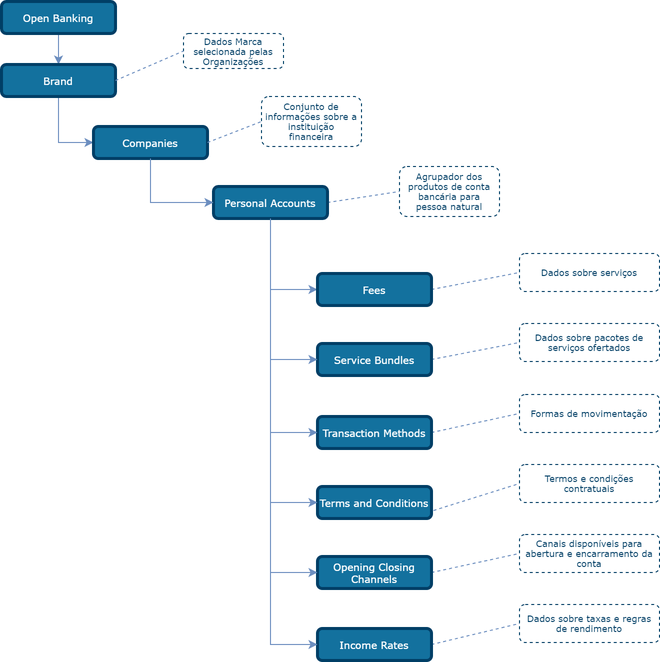
Earlier version of the draw.io export documentation/source/images/tld/TLD_Personal_Accounts_v1.png (OpenBanking-Brasil/areadesenvolvedor). Source tidied: cells renumbered, new cells last; positions are measured from the earlier drawing's top-left corner, leaving out a move shared by most shapes.
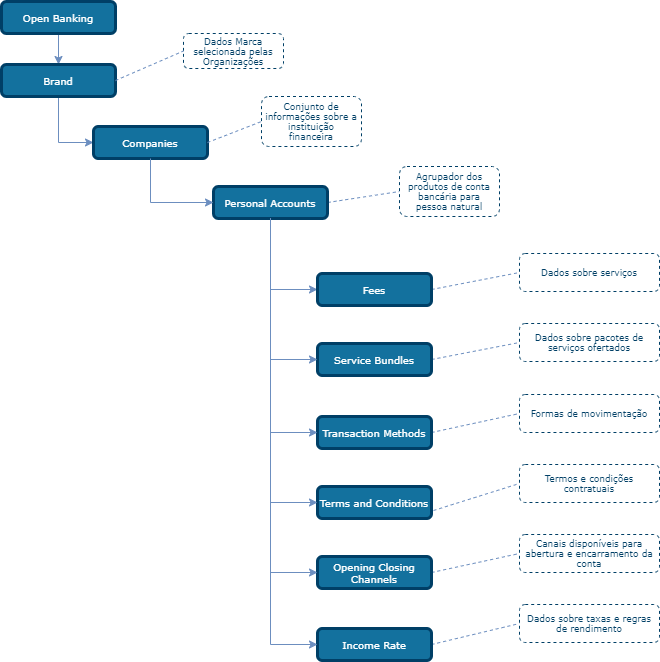
After the change.

Commit message:
FEBRABANSD-195 - Updated Personal and business account's diagrams and adjustments on use cases and schemas

Diff of the diagram source:
```diff
@@ -73,7 +73,7 @@
     <mxCell id="24" value="Opening Closing Channels" style="rounded=1;whiteSpace=wrap;html=1;comic=0;shadow=0;backgroundOutline=0;snapToPoint=0;fixDash=0;strokeWidth=3;fontFamily=Verdana;fontStyle=0;labelBackgroundColor=none;labelBorderColor=none;fontSize=10;fillColor=#13719E;strokeColor=#003F66;fontColor=#ffffff;" parent="1" vertex="1">
       <mxGeometry x="316" y="555" width="114" height="32" as="geometry" />
     </mxCell>
-    <mxCell id="25" value="Income Rates" style="rounded=1;whiteSpace=wrap;html=1;comic=0;shadow=0;backgroundOutline=0;snapToPoint=0;fixDash=0;strokeWidth=3;fontFamily=Verdana;fontStyle=0;labelBackgroundColor=none;labelBorderColor=none;fontSize=10;fillColor=#13719E;strokeColor=#003F66;fontColor=#ffffff;" parent="1" vertex="1">
+    <mxCell id="25" value="Income Rate" style="rounded=1;whiteSpace=wrap;html=1;comic=0;shadow=0;backgroundOutline=0;snapToPoint=0;fixDash=0;strokeWidth=3;fontFamily=Verdana;fontStyle=0;labelBackgroundColor=none;labelBorderColor=none;fontSize=10;fillColor=#13719E;strokeColor=#003F66;fontColor=#ffffff;" parent="1" vertex="1">
       <mxGeometry x="316" y="627" width="114" height="32" as="geometry" />
     </mxCell>
     <mxCell id="26" value="&lt;font style=&quot;font-size: 9px&quot;&gt;Dados sobre pacotes de serviços ofertados&lt;/font&gt;" style="rounded=1;whiteSpace=wrap;html=1;shadow=0;comic=0;strokeColor=#003F66;strokeWidth=1;fillColor=#ffffff;fontFamily=Verdana;fontSize=9;fontColor=#003F66;dashed=1;spacingLeft=5;spacing=0;spacingRight=5;spacingBottom=5;spacingTop=5;align=center;verticalAlign=middle;gradientColor=#ffffff;" parent="1" vertex="1">
```
